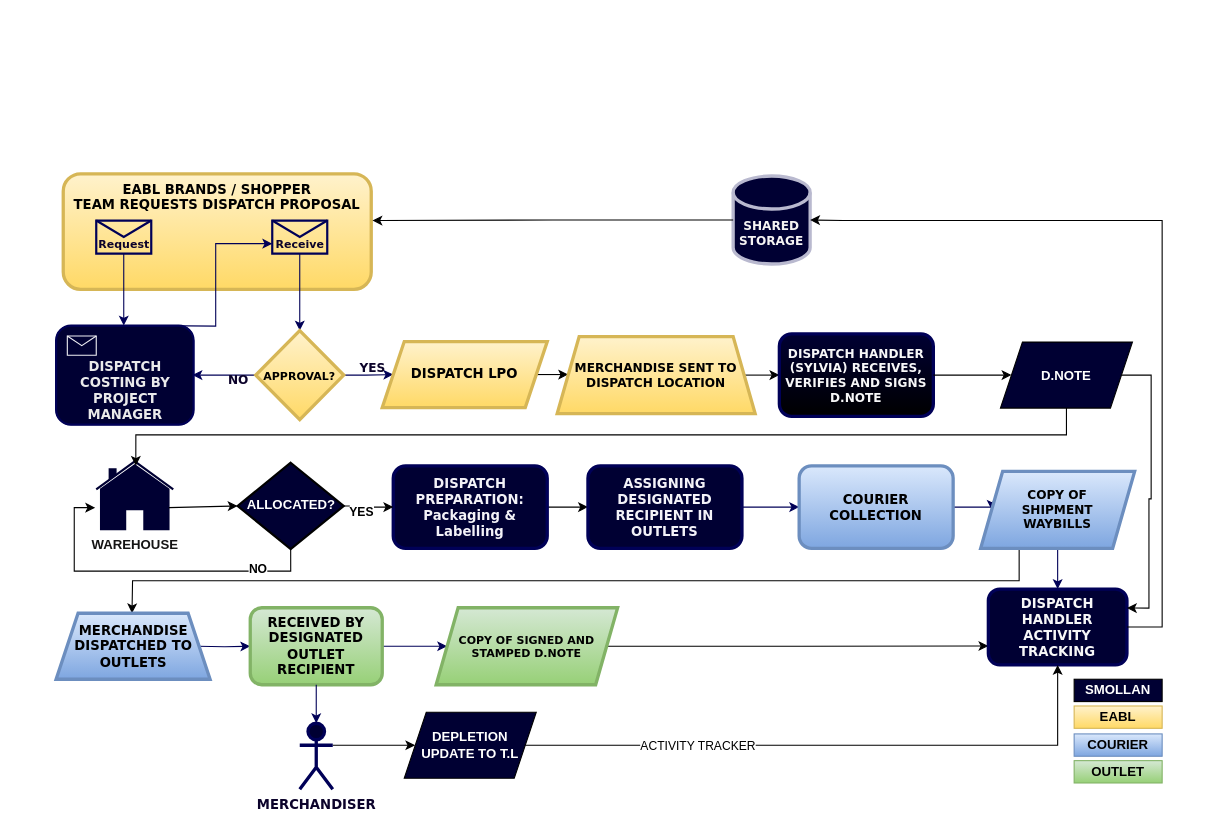
The draw.io diagram Untitled Diagram.drawio in henry-design/Map, before the edit. Source tidied: cells renumbered, new cells numbered last; positions are measured from the earlier drawing's top-left corner, leaving out a move shared by most shapes. Both pictures are drawn from the tidied source at 110%, with x=0, y=0 at pixel (56, 173).
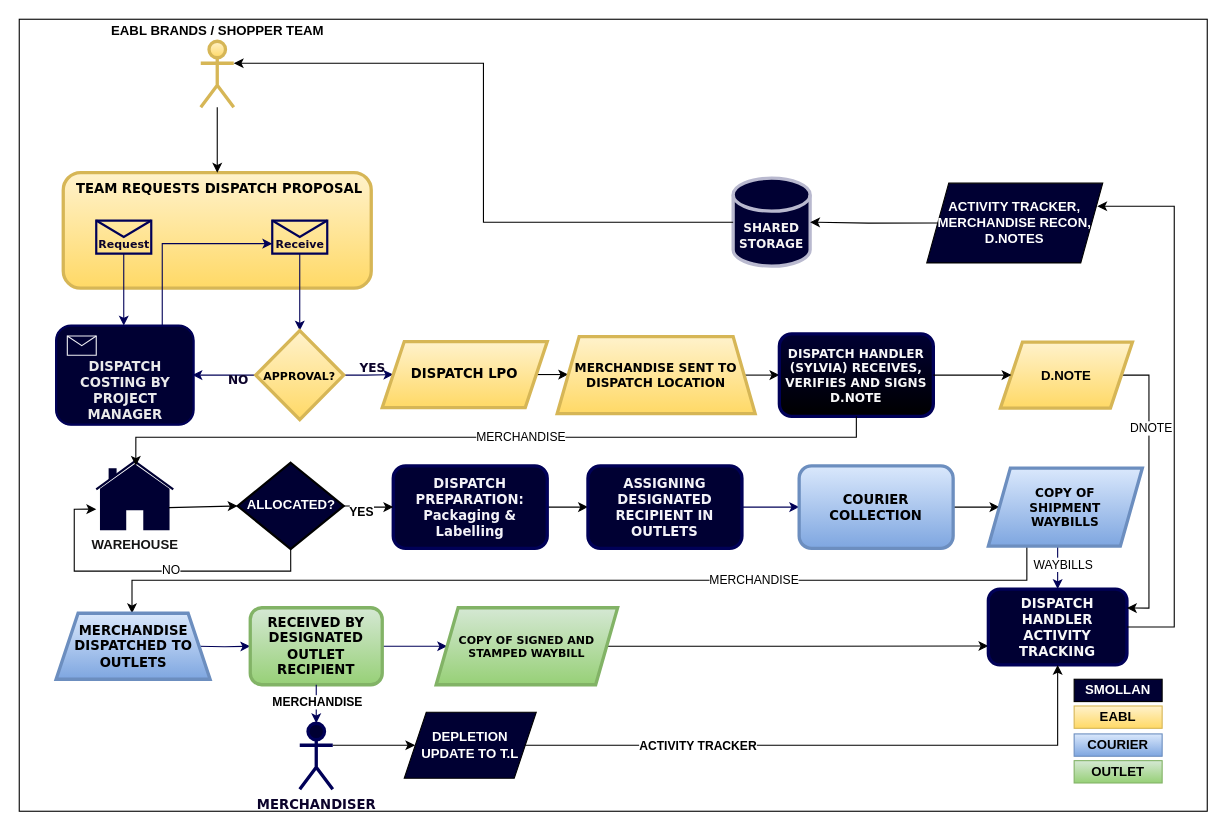
Above is the later version.

Unchanged cells that the change refers to:
```xml
<mxCell id="4" value="Receive" style="shape=message;html=1;labelPosition=center;verticalLabelPosition=middle;align=center;verticalAlign=bottom;fontSize=10;fillColor=none;strokeColor=#000057;labelBackgroundColor=none;fontColor=#0c032b;fontFamily=Verdana;fontStyle=1;strokeWidth=2;" parent="1" vertex="1">
  <mxGeometry x="196" y="43" width="50" height="30" as="geometry" />
</mxCell>
<mxCell id="16" value="DISPATCH HANDLER (SYLVIA) RECEIVES, VERIFIES AND SIGNS D.NOTE" style="rounded=1;whiteSpace=wrap;html=1;fillColor=#000033;strokeColor=#000057;labelBackgroundColor=none;fontColor=#f7f7f8;fontFamily=Verdana;fontStyle=1;fontSize=11;strokeWidth=3;gradientColor=default;" parent="1" vertex="1">
  <mxGeometry x="657" y="146" width="140" height="75" as="geometry" />
</mxCell>
<mxCell id="18" value="DISPATCH PREPARATION: Packaging &amp;amp; Labelling" style="rounded=1;whiteSpace=wrap;html=1;fillColor=#000033;strokeColor=#000057;labelBackgroundColor=none;fontColor=#f3f2f8;fontFamily=Verdana;fontStyle=1;strokeWidth=3;" parent="1" vertex="1">
  <mxGeometry x="306" y="266" width="140" height="75" as="geometry" />
</mxCell>
<mxCell id="23" value="COURIER COLLECTION" style="rounded=1;whiteSpace=wrap;html=1;fillColor=#dae8fc;strokeColor=#6c8ebf;labelBackgroundColor=none;fontFamily=Verdana;fontStyle=1;strokeWidth=3;gradientColor=#7ea6e0;" parent="1" vertex="1">
  <mxGeometry x="675" y="266" width="140" height="75" as="geometry" />
</mxCell>
<mxCell id="24" style="edgeStyle=orthogonalEdgeStyle;rounded=0;jettySize=auto;html=1;exitX=0.5;exitY=1;exitDx=0;exitDy=0;entryX=0.5;entryY=0;entryDx=0;entryDy=0;strokeColor=#000057;labelBackgroundColor=none;fontColor=#0c032b;fontFamily=Verdana;fontStyle=1;" parent="1" edge="1" source="26" target="34">
  <mxGeometry relative="1" as="geometry" />
</mxCell>
<mxCell id="34" value="DISPATCH HANDLER ACTIVITY TRACKING" style="rounded=1;whiteSpace=wrap;html=1;fillColor=#000033;strokeColor=#000057;labelBackgroundColor=none;fontColor=#f7f7f8;fontFamily=Verdana;fontStyle=1;strokeWidth=3;" parent="1" vertex="1">
  <mxGeometry x="847" y="378" width="126" height="69" as="geometry" />
</mxCell>
<mxCell id="37" style="edgeStyle=orthogonalEdgeStyle;rounded=0;jettySize=auto;html=1;exitX=0.5;exitY=1;exitDx=0;exitDy=0;entryX=0.5;entryY=0;entryDx=0;entryDy=0;entryPerimeter=0;strokeColor=#000057;labelBackgroundColor=none;fontColor=#0c032b;fontFamily=Verdana;fontStyle=1;" parent="1" edge="1" source="31" target="36">
  <mxGeometry relative="1" as="geometry" />
</mxCell>
<mxCell id="42" style="edgeStyle=orthogonalEdgeStyle;rounded=0;jettySize=auto;html=1;exitX=1;exitY=0.5;exitDx=0;exitDy=0;fontStyle=1;" parent="1" edge="1" source="55" target="34">
  <mxGeometry relative="1" as="geometry" />
</mxCell>
<mxCell id="49" value="ALLOCATED?" style="strokeWidth=2;html=1;shape=mxgraph.flowchart.decision;whiteSpace=wrap;fillColor=#000033;fontColor=#ffffff;fontStyle=1;" parent="1" vertex="1">
  <mxGeometry x="164.5" y="263.2" width="96.5" height="78.5" as="geometry" />
</mxCell>
<mxCell id="50" value="WAREHOUSE" style="html=1;verticalLabelPosition=bottom;align=center;labelBackgroundColor=#ffffff;verticalAlign=top;strokeWidth=2;strokeColor=#000033;shadow=0;dashed=0;shape=mxgraph.ios7.icons.home;fontStyle=1;fillColor=#000033;fontColor=#151414;" parent="1" vertex="1">
  <mxGeometry x="36" y="262" width="70" height="61.5" as="geometry" />
</mxCell>
```

The edit, as a diff of the source:
```diff
@@
-    <mxCell id="2" value="EABL BRANDS / SHOPPER TEAM&amp;nbsp;REQUESTS DISPATCH PROPOSAL" style="rounded=1;whiteSpace=wrap;html=1;fillColor=#fff2cc;verticalAlign=top;strokeColor=#d6b656;labelBackgroundColor=none;fontFamily=Verdana;fontStyle=1;strokeWidth=3;gradientColor=#ffd966;" parent="1" vertex="1">
-      <mxGeometry x="6" y="0.5" width="280" height="105" as="geometry" />
+    <mxCell id="2" value="&amp;nbsp;TEAM&amp;nbsp;REQUESTS DISPATCH PROPOSAL" style="rounded=1;whiteSpace=wrap;html=1;fillColor=#fff2cc;verticalAlign=top;strokeColor=#d6b656;labelBackgroundColor=none;fontFamily=Verdana;fontStyle=1;strokeWidth=3;gradientColor=#ffd966;" parent="1" vertex="1">
+      <mxGeometry x="6" y="-0.5" width="280" height="105" as="geometry" />
     </mxCell>
@@
     <mxCell id="19" style="edgeStyle=orthogonalEdgeStyle;rounded=0;jettySize=auto;html=1;exitX=0.75;exitY=0;exitDx=0;exitDy=0;entryX=0;entryY=0.7;entryDx=0;entryDy=0;strokeColor=#000057;labelBackgroundColor=none;fontColor=#0c032b;fontFamily=Verdana;fontStyle=1;" parent="1" edge="1" target="4">
       <mxGeometry relative="1" as="geometry">
         <mxPoint x="92.2" y="138.5" as="sourcePoint" />
+        <Array as="points">
+          <mxPoint x="96" y="139" />
+          <mxPoint x="96" y="64" />
+        </Array>
       </mxGeometry>
     </mxCell>
@@
-    <mxCell id="22" style="edgeStyle=orthogonalEdgeStyle;rounded=0;jettySize=auto;html=1;exitX=1;exitY=0.5;exitDx=0;exitDy=0;entryX=0;entryY=0.5;entryDx=0;entryDy=0;strokeColor=#000057;labelBackgroundColor=none;fontColor=#0c032b;fontFamily=Verdana;fontStyle=1;" parent="1" edge="1" source="23" target="26">
+    <mxCell id="22" style="edgeStyle=orthogonalEdgeStyle;rounded=0;jettySize=auto;html=1;exitX=1;exitY=0.5;exitDx=0;exitDy=0;entryX=0;entryY=0.5;entryDx=0;entryDy=0;" parent="1" edge="1" source="23" target="26">
       <mxGeometry relative="1" as="geometry" />
     </mxCell>
@@
+    <mxCell id="62" value="WAYBILLS" style="edgeLabel;html=1;align=center;verticalAlign=middle;" parent="24" vertex="1">
+      <mxGeometry x="-0.02" y="4" relative="1" as="geometry" />
+    </mxCell>
-    <mxCell id="25" style="edgeStyle=orthogonalEdgeStyle;rounded=0;jettySize=auto;html=1;exitX=0.25;exitY=1;exitDx=0;exitDy=0;entryX=0.5;entryY=0;entryDx=0;entryDy=0;" parent="1" edge="1" source="26">
+    <mxCell id="25" style="edgeStyle=orthogonalEdgeStyle;rounded=0;jettySize=auto;html=1;entryX=0.5;entryY=0;entryDx=0;entryDy=0;exitX=0.25;exitY=1;exitDx=0;exitDy=0;" parent="1" edge="1" source="26">
       <mxGeometry relative="1" as="geometry">
         <mxPoint x="68.5" y="400" as="targetPoint" />
+        <Array as="points">
+          <mxPoint x="882" y="370" />
+          <mxPoint x="69" y="370" />
+        </Array>
       </mxGeometry>
     </mxCell>
+    <mxCell id="63" value="MERCHANDISE" style="edgeLabel;html=1;align=center;verticalAlign=middle;" parent="25" vertex="1">
+      <mxGeometry x="-0.36" y="-1" relative="1" as="geometry" />
+    </mxCell>
     <mxCell id="26" value="COPY OF &lt;br&gt;SHIPMENT &lt;br&gt;WAYBILLS" style="shape=parallelogram;perimeter=parallelogramPerimeter;whiteSpace=wrap;html=1;fixedSize=1;fillColor=#dae8fc;strokeColor=#6c8ebf;labelBackgroundColor=none;fontFamily=Verdana;fontSize=11;fontStyle=1;strokeWidth=3;gradientColor=#7ea6e0;" parent="1" vertex="1">
-      <mxGeometry x="840" y="271" width="140" height="70" as="geometry" />
+      <mxGeometry x="847" y="268" width="140" height="71" as="geometry" />
     </mxCell>
     <mxCell id="27" value="SHARED STORAGE" style="shape=cylinder3;whiteSpace=wrap;html=1;boundedLbl=1;backgroundOutline=1;size=15;fillColor=#000033;strokeColor=#b9b9cf;labelBackgroundColor=none;fontColor=#F5F3F3;fontFamily=Verdana;fontStyle=1;fontSize=11;strokeWidth=3;" parent="1" vertex="1">
-      <mxGeometry x="615" y="2.5" width="70" height="80" as="geometry" />
+      <mxGeometry x="615" y="4.5" width="70" height="80" as="geometry" />
     </mxCell>
@@
-    <mxCell id="33" value="COPY OF SIGNED AND STAMPED D.NOTE" style="shape=parallelogram;perimeter=parallelogramPerimeter;whiteSpace=wrap;html=1;fixedSize=1;fillColor=#d5e8d4;strokeColor=#82b366;labelBackgroundColor=none;fontFamily=Verdana;fontStyle=1;fontSize=10;strokeWidth=3;gradientColor=#97d077;" parent="1" vertex="1">
+    <mxCell id="33" value="COPY OF SIGNED AND STAMPED WAYBILL" style="shape=parallelogram;perimeter=parallelogramPerimeter;whiteSpace=wrap;html=1;fixedSize=1;fillColor=#d5e8d4;strokeColor=#82b366;labelBackgroundColor=none;fontFamily=Verdana;fontStyle=1;fontSize=10;strokeWidth=3;gradientColor=#97d077;" parent="1" vertex="1">
       <mxGeometry x="345" y="395" width="165" height="70" as="geometry" />
     </mxCell>
@@
+    <mxCell id="64" value="MERCHANDISE" style="edgeLabel;html=1;align=center;verticalAlign=middle;fontStyle=1;" parent="37" vertex="1">
+      <mxGeometry x="-0.12" relative="1" as="geometry" />
+    </mxCell>
@@
-    <mxCell id="41" style="edgeStyle=orthogonalEdgeStyle;rounded=0;jettySize=auto;html=1;exitX=0;exitY=0.5;exitDx=0;exitDy=0;exitPerimeter=0;entryX=1.004;entryY=0.405;entryDx=0;entryDy=0;entryPerimeter=0;fontStyle=1;" parent="1" edge="1" source="27" target="2">
-      <mxGeometry relative="1" as="geometry" />
-    </mxCell>
@@
-    <mxCell id="43" value="ACTIVITY TRACKER" style="edgeLabel;html=1;align=center;verticalAlign=middle;" parent="42" vertex="1">
+    <mxCell id="43" value="ACTIVITY TRACKER" style="edgeLabel;html=1;align=center;verticalAlign=middle;fontStyle=1;" parent="42" vertex="1">
       <mxGeometry x="-0.44" relative="1" as="geometry" />
     </mxCell>
     <mxCell id="44" style="edgeStyle=orthogonalEdgeStyle;rounded=0;jettySize=auto;html=1;exitX=1;exitY=0.5;exitDx=0;exitDy=0;entryX=1;entryY=0.25;entryDx=0;entryDy=0;" parent="1" edge="1" source="45" target="34">
       <mxGeometry relative="1" as="geometry">
         <Array as="points">
-          <mxPoint x="995" y="184" />
-          <mxPoint x="995" y="296" />
-          <mxPoint x="993" y="296" />
+          <mxPoint x="993" y="184" />
           <mxPoint x="993" y="395" />
         </Array>
       </mxGeometry>
     </mxCell>
+    <mxCell id="65" value="DNOTE" style="edgeLabel;html=1;align=center;verticalAlign=middle;" parent="44" vertex="1">
+      <mxGeometry x="-0.43" y="1" relative="1" as="geometry" />
+    </mxCell>
-    <mxCell id="45" value="D.NOTE" style="shape=parallelogram;perimeter=parallelogramPerimeter;whiteSpace=wrap;html=1;fixedSize=1;fillColor=#000033;fontColor=#ffffff;fontStyle=1;" parent="1" vertex="1">
+    <mxCell id="45" value="D.NOTE" style="shape=parallelogram;perimeter=parallelogramPerimeter;whiteSpace=wrap;html=1;fixedSize=1;fillColor=#fff2cc;fontStyle=1;gradientColor=#ffd966;strokeColor=#d6b656;strokeWidth=3;" parent="1" vertex="1">
       <mxGeometry x="858" y="153.5" width="120" height="60" as="geometry" />
     </mxCell>
@@
-    <mxCell id="47" style="edgeStyle=orthogonalEdgeStyle;rounded=0;jettySize=auto;html=1;exitX=1;exitY=0.5;exitDx=0;exitDy=0;exitPerimeter=0;entryX=0;entryY=0.5;entryDx=0;entryDy=0;fontStyle=1;verticalAlign=bottom;labelPosition=center;verticalLabelPosition=top;align=center;" parent="1" edge="1" source="49" target="18">
+    <mxCell id="47" style="edgeStyle=orthogonalEdgeStyle;rounded=0;jettySize=auto;html=1;exitX=1;exitY=0.5;exitDx=0;exitDy=0;exitPerimeter=0;entryX=0;entryY=0.5;entryDx=0;entryDy=0;fontStyle=1;verticalAlign=top;labelPosition=center;verticalLabelPosition=top;align=center;" parent="1" edge="1" source="49" target="18">
       <mxGeometry relative="1" as="geometry" />
     </mxCell>
@@
-    <mxCell id="52" style="edgeStyle=orthogonalEdgeStyle;rounded=0;jettySize=auto;html=1;exitX=0.5;exitY=1;exitDx=0;exitDy=0;entryX=0.514;entryY=0.065;entryDx=0;entryDy=0;entryPerimeter=0;fontStyle=1;" parent="1" edge="1" source="45" target="50">
-      <mxGeometry relative="1" as="geometry" />
+    <mxCell id="52" style="edgeStyle=orthogonalEdgeStyle;rounded=0;jettySize=auto;html=1;entryX=0.514;entryY=0.065;entryDx=0;entryDy=0;entryPerimeter=0;fontStyle=1;exitX=0.5;exitY=1;exitDx=0;exitDy=0;" parent="1" edge="1" source="16" target="50">
+      <mxGeometry relative="1" as="geometry">
+        <Array as="points">
+          <mxPoint x="727" y="240" />
+          <mxPoint x="72" y="240" />
+        </Array>
+      </mxGeometry>
     </mxCell>
-    <mxCell id="53" style="edgeStyle=orthogonalEdgeStyle;rounded=0;jettySize=auto;html=1;exitX=0.5;exitY=1;exitDx=0;exitDy=0;exitPerimeter=0;entryX=-0.014;entryY=0.683;entryDx=0;entryDy=0;entryPerimeter=0;fontStyle=1;" parent="1" edge="1" source="49" target="50">
-      <mxGeometry relative="1" as="geometry" />
-    </mxCell>
-    <mxCell id="54" value="NO" style="edgeLabel;html=1;align=center;verticalAlign=middle;fontStyle=1;" parent="53" vertex="1">
-      <mxGeometry x="-0.66" y="-2" relative="1" as="geometry" />
-    </mxCell>
+    <mxCell id="66" value="MERCHANDISE" style="edgeLabel;html=1;align=center;verticalAlign=middle;" parent="52" vertex="1">
+      <mxGeometry x="-0.07" y="-1" relative="1" as="geometry" />
+    </mxCell>
@@
-    <mxCell id="56" style="edgeStyle=orthogonalEdgeStyle;rounded=0;jettySize=auto;html=1;exitX=1;exitY=0.5;exitDx=0;exitDy=0;entryX=1;entryY=0.5;entryDx=0;entryDy=0;entryPerimeter=0;" parent="1" edge="1" source="34" target="27">
-      <mxGeometry relative="1" as="geometry">
-        <Array as="points">
-          <mxPoint x="1005" y="413" />
-          <mxPoint x="1005" y="43" />
-          <mxPoint x="715" y="43" />
-        </Array>
-      </mxGeometry>
-    </mxCell>
@@
+    <mxCell id="53" style="edgeStyle=orthogonalEdgeStyle;rounded=0;jettySize=auto;html=1;exitX=0.5;exitY=1;exitDx=0;exitDy=0;exitPerimeter=0;entryX=0;entryY=0.705;entryDx=0;entryDy=0;entryPerimeter=0;" parent="1" edge="1" source="49" target="50">
+      <mxGeometry relative="1" as="geometry" />
+    </mxCell>
+    <mxCell id="54" value="NO" style="edgeLabel;html=1;align=center;verticalAlign=middle;" parent="53" vertex="1">
+      <mxGeometry x="-0.12" y="-1" relative="1" as="geometry" />
+    </mxCell>
+    <mxCell id="67" value="ACTIVITY TRACKER,&lt;br&gt;MERCHANDISE RECON,&lt;br&gt;D.NOTES" style="shape=parallelogram;perimeter=parallelogramPerimeter;whiteSpace=wrap;html=1;fixedSize=1;fillColor=#000033;fontColor=#ffffff;fontStyle=1;" parent="1" vertex="1">
+      <mxGeometry x="791" y="9" width="160" height="72.5" as="geometry" />
+    </mxCell>
+    <mxCell id="68" style="edgeStyle=orthogonalEdgeStyle;rounded=0;jettySize=auto;html=1;exitX=1;exitY=0.5;exitDx=0;exitDy=0;" parent="1" edge="1" source="34">
+      <mxGeometry relative="1" as="geometry">
+        <mxPoint x="946" y="30" as="targetPoint" />
+        <Array as="points">
+          <mxPoint x="1016" y="413" />
+          <mxPoint x="1016" y="30" />
+          <mxPoint x="946" y="30" />
+        </Array>
+      </mxGeometry>
+    </mxCell>
+    <mxCell id="69" style="edgeStyle=orthogonalEdgeStyle;rounded=0;jettySize=auto;html=1;entryX=0.5;entryY=0;entryDx=0;entryDy=0;" parent="1" edge="1" source="70" target="2">
+      <mxGeometry relative="1" as="geometry" />
+    </mxCell>
+    <mxCell id="70" value="EABL BRANDS / SHOPPER TEAM" style="shape=umlActor;verticalLabelPosition=top;verticalAlign=bottom;html=1;outlineConnect=0;fillColor=#fff2cc;gradientColor=#ffd966;strokeColor=#d6b656;labelPosition=center;align=center;strokeWidth=3;fontStyle=1;perimeterSpacing=0;" parent="1" vertex="1">
+      <mxGeometry x="131" y="-120" width="30" height="60" as="geometry" />
+    </mxCell>
+    <mxCell id="71" style="edgeStyle=orthogonalEdgeStyle;rounded=0;jettySize=auto;html=1;exitX=0;exitY=0.5;exitDx=0;exitDy=0;exitPerimeter=0;entryX=1;entryY=0.3333333333333333;entryDx=0;entryDy=0;entryPerimeter=0;" parent="1" edge="1" source="27" target="70">
+      <mxGeometry relative="1" as="geometry" />
+    </mxCell>
+    <mxCell id="72" style="edgeStyle=orthogonalEdgeStyle;rounded=0;jettySize=auto;html=1;exitX=0;exitY=0.5;exitDx=0;exitDy=0;entryX=1;entryY=0.5;entryDx=0;entryDy=0;entryPerimeter=0;" parent="1" edge="1" source="67" target="27">
+      <mxGeometry relative="1" as="geometry" />
+    </mxCell>
+    <mxCell id="73" style="rounded=0;whiteSpace=wrap;html=1;fillColor=none;" parent="1" vertex="1">
+      <mxGeometry x="-34" y="-140" width="1080" height="720" as="geometry" />
+    </mxCell>
```
